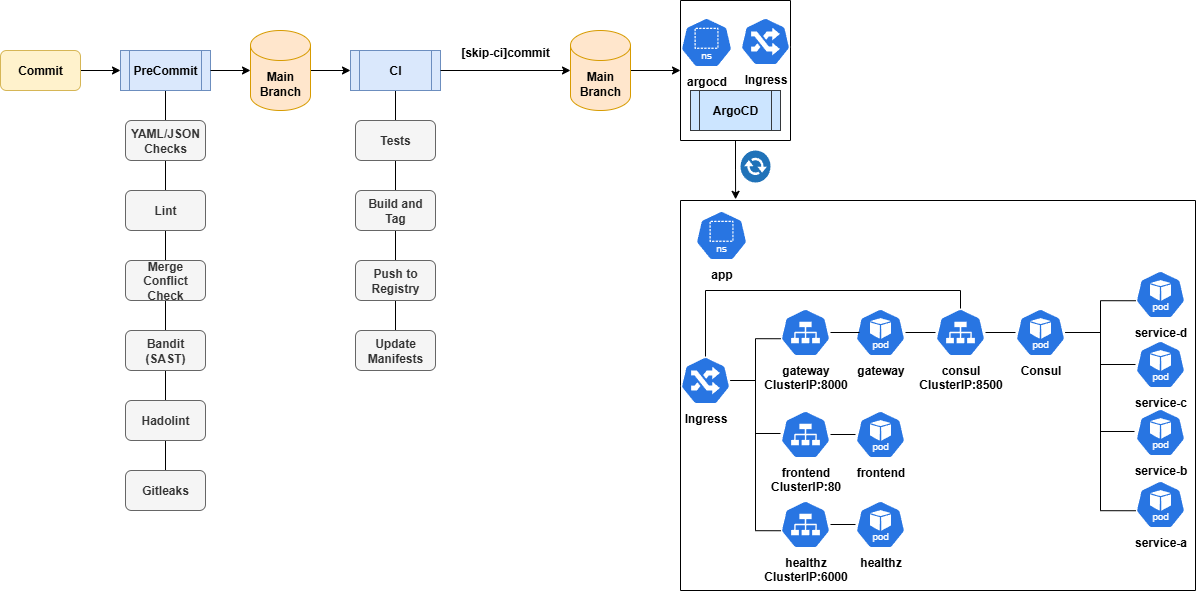
Before: docs/media/servicediscovery.drawio.png, a diagram exported from draw.io (s1natex/Service-Discovery). Source tidied: cells renumbered, new cells last; positions are measured from the earlier drawing's top-left corner, leaving out a move shared by most shapes.
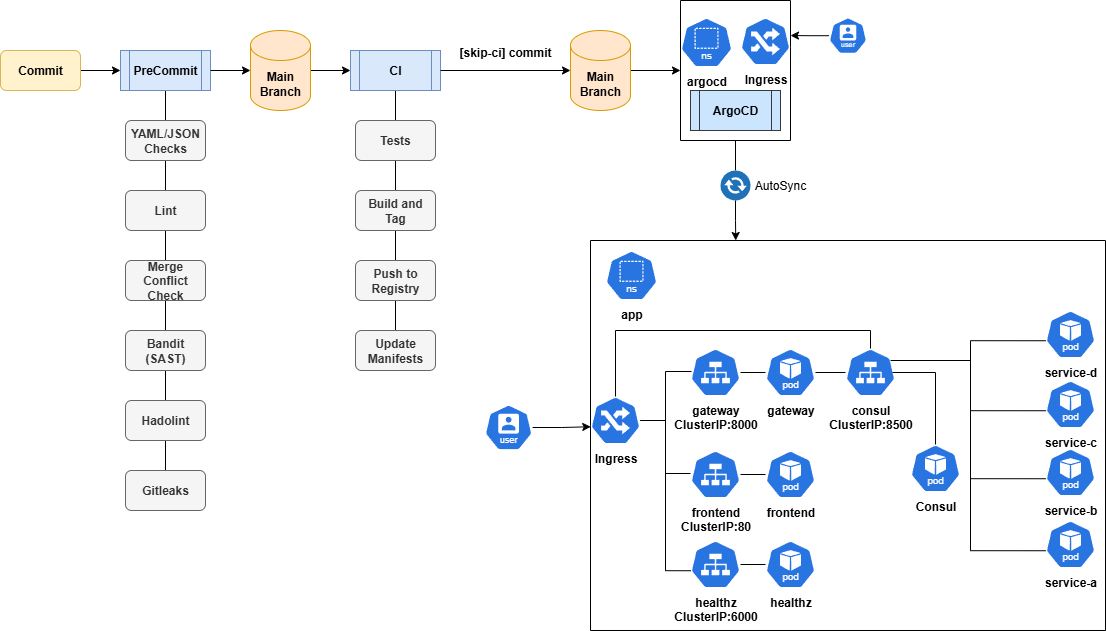
The same file after the commit.

Change to the diagram source:
```diff
@@ -63,7 +63,7 @@
       <mxGeometry x="355" y="330" width="80" height="40" as="geometry" />
     </mxCell>
     <mxCell id="22" style="swimlane;startSize=0;" parent="1" vertex="1">
-      <mxGeometry x="680" y="200" width="515" height="390" as="geometry" />
+      <mxGeometry x="590" y="240" width="515" height="390" as="geometry" />
     </mxCell>
     <mxCell id="23" value="&lt;b&gt;Ingress&lt;/b&gt;" style="sketch=0;html=1;dashed=0;whitespace=wrap;verticalLabelPosition=bottom;verticalAlign=top;fillColor=#2875E2;strokeColor=#ffffff;points=[[0.005,0.63,0],[0.1,0.2,0],[0.9,0.2,0],[0.5,0,0],[0.995,0.63,0],[0.72,0.99,0],[0.5,1,0],[0.28,0.99,0]];shape=mxgraph.kubernetes.icon2;prIcon=ing;" parent="22" vertex="1">
       <mxGeometry y="156" width="50" height="48" as="geometry" />
@@ -80,32 +80,23 @@
     <mxCell id="27" value="&lt;b&gt;frontend&lt;/b&gt;" style="sketch=0;html=1;dashed=0;whitespace=wrap;verticalLabelPosition=bottom;verticalAlign=top;fillColor=#2875E2;strokeColor=#ffffff;points=[[0.005,0.63,0],[0.1,0.2,0],[0.9,0.2,0],[0.5,0,0],[0.995,0.63,0],[0.72,0.99,0],[0.5,1,0],[0.28,0.99,0]];shape=mxgraph.kubernetes.icon2;kubernetesLabel=1;prIcon=pod;" parent="22" vertex="1">
       <mxGeometry x="175" y="210" width="50" height="48" as="geometry" />
     </mxCell>
+    <mxCell id="32" style="edgeStyle=orthogonalEdgeStyle;rounded=0;jettySize=auto;html=1;endArrow=none;endFill=0;" parent="22" edge="1" source="28" target="31">
+      <mxGeometry relative="1" as="geometry" />
+    </mxCell>
     <mxCell id="28" value="&lt;b&gt;gateway&lt;/b&gt;&lt;div&gt;&lt;b&gt;ClusterIP:8000&lt;/b&gt;&lt;/div&gt;" style="sketch=0;html=1;dashed=0;whitespace=wrap;verticalLabelPosition=bottom;verticalAlign=top;fillColor=#2875E2;strokeColor=#ffffff;points=[[0.005,0.63,0],[0.1,0.2,0],[0.9,0.2,0],[0.5,0,0],[0.995,0.63,0],[0.72,0.99,0],[0.5,1,0],[0.28,0.99,0]];shape=mxgraph.kubernetes.icon2;prIcon=svc;" parent="22" vertex="1">
       <mxGeometry x="100" y="108" width="50" height="48" as="geometry" />
     </mxCell>
-    <mxCell id="29" style="edgeStyle=orthogonalEdgeStyle;rounded=0;jettySize=auto;html=1;entryX=0.005;entryY=0.63;entryDx=0;entryDy=0;entryPerimeter=0;endArrow=none;endFill=0;" parent="22" edge="1" source="23" target="28">
-      <mxGeometry relative="1" as="geometry" />
-    </mxCell>
     <mxCell id="30" style="edgeStyle=orthogonalEdgeStyle;rounded=0;jettySize=auto;html=1;endArrow=none;endFill=0;" parent="22" edge="1" source="31" target="34">
       <mxGeometry relative="1" as="geometry" />
     </mxCell>
     <mxCell id="31" value="&lt;b&gt;gateway&lt;/b&gt;" style="sketch=0;html=1;dashed=0;whitespace=wrap;verticalLabelPosition=bottom;verticalAlign=top;fillColor=#2875E2;strokeColor=#ffffff;points=[[0.005,0.63,0],[0.1,0.2,0],[0.9,0.2,0],[0.5,0,0],[0.995,0.63,0],[0.72,0.99,0],[0.5,1,0],[0.28,0.99,0]];shape=mxgraph.kubernetes.icon2;kubernetesLabel=1;prIcon=pod;" parent="22" vertex="1">
       <mxGeometry x="175" y="108" width="50" height="48" as="geometry" />
     </mxCell>
-    <mxCell id="32" style="edgeStyle=orthogonalEdgeStyle;rounded=0;jettySize=auto;html=1;entryX=0.08;entryY=0.5;entryDx=0;entryDy=0;entryPerimeter=0;endArrow=none;endFill=0;" parent="22" edge="1" source="28" target="31">
-      <mxGeometry relative="1" as="geometry" />
-    </mxCell>
-    <mxCell id="33" style="edgeStyle=orthogonalEdgeStyle;rounded=0;jettySize=auto;html=1;endArrow=none;endFill=0;" parent="22" edge="1" source="34" target="36">
-      <mxGeometry relative="1" as="geometry" />
-    </mxCell>
     <mxCell id="34" value="consul&lt;div&gt;ClusterIP:8500&lt;/div&gt;" style="sketch=0;html=1;dashed=0;whitespace=wrap;verticalLabelPosition=bottom;verticalAlign=top;fillColor=#2875E2;strokeColor=#ffffff;points=[[0.005,0.63,0],[0.1,0.2,0],[0.9,0.2,0],[0.5,0,0],[0.995,0.63,0],[0.72,0.99,0],[0.5,1,0],[0.28,0.99,0]];shape=mxgraph.kubernetes.icon2;prIcon=svc;fontStyle=1;" parent="22" vertex="1">
       <mxGeometry x="255" y="108" width="50" height="48" as="geometry" />
     </mxCell>
-    <mxCell id="35" style="edgeStyle=orthogonalEdgeStyle;rounded=0;jettySize=auto;html=1;endArrow=none;endFill=0;" parent="22" edge="1" source="36" target="43">
-      <mxGeometry relative="1" as="geometry" />
-    </mxCell>
     <mxCell id="36" value="&lt;b&gt;Consul&lt;/b&gt;" style="sketch=0;html=1;dashed=0;whitespace=wrap;verticalLabelPosition=bottom;verticalAlign=top;fillColor=#2875E2;strokeColor=#ffffff;points=[[0.005,0.63,0],[0.1,0.2,0],[0.9,0.2,0],[0.5,0,0],[0.995,0.63,0],[0.72,0.99,0],[0.5,1,0],[0.28,0.99,0]];shape=mxgraph.kubernetes.icon2;kubernetesLabel=1;prIcon=pod;" parent="22" vertex="1">
-      <mxGeometry x="335" y="108" width="50" height="48" as="geometry" />
+      <mxGeometry x="320" y="204" width="50" height="48" as="geometry" />
     </mxCell>
     <mxCell id="37" value="&lt;b&gt;healthz&lt;/b&gt;" style="sketch=0;html=1;dashed=0;whitespace=wrap;verticalLabelPosition=bottom;verticalAlign=top;fillColor=#2875E2;strokeColor=#ffffff;points=[[0.005,0.63,0],[0.1,0.2,0],[0.9,0.2,0],[0.5,0,0],[0.995,0.63,0],[0.72,0.99,0],[0.5,1,0],[0.28,0.99,0]];shape=mxgraph.kubernetes.icon2;kubernetesLabel=1;prIcon=pod;" parent="22" vertex="1">
       <mxGeometry x="175" y="300" width="50" height="48" as="geometry" />
@@ -131,15 +122,6 @@
     <mxCell id="44" value="&lt;b&gt;service-d&lt;/b&gt;" style="sketch=0;html=1;dashed=0;whitespace=wrap;verticalLabelPosition=bottom;verticalAlign=top;fillColor=#2875E2;strokeColor=#ffffff;points=[[0.005,0.63,0],[0.1,0.2,0],[0.9,0.2,0],[0.5,0,0],[0.995,0.63,0],[0.72,0.99,0],[0.5,1,0],[0.28,0.99,0]];shape=mxgraph.kubernetes.icon2;kubernetesLabel=1;prIcon=pod;" parent="22" vertex="1">
       <mxGeometry x="455" y="70" width="50" height="48" as="geometry" />
     </mxCell>
-    <mxCell id="45" style="edgeStyle=orthogonalEdgeStyle;rounded=0;jettySize=auto;html=1;entryX=0.005;entryY=0.63;entryDx=0;entryDy=0;entryPerimeter=0;endArrow=none;endFill=0;" parent="22" edge="1" source="36" target="44">
-      <mxGeometry relative="1" as="geometry" />
-    </mxCell>
-    <mxCell id="46" style="edgeStyle=orthogonalEdgeStyle;rounded=0;jettySize=auto;html=1;entryX=-0.02;entryY=0.479;entryDx=0;entryDy=0;entryPerimeter=0;endArrow=none;endFill=0;" parent="22" edge="1" source="36" target="42">
-      <mxGeometry relative="1" as="geometry" />
-    </mxCell>
-    <mxCell id="47" style="edgeStyle=orthogonalEdgeStyle;rounded=0;jettySize=auto;html=1;entryX=0.005;entryY=0.63;entryDx=0;entryDy=0;entryPerimeter=0;endArrow=none;endFill=0;" parent="22" edge="1" source="36" target="41">
-      <mxGeometry relative="1" as="geometry" />
-    </mxCell>
     <mxCell id="48" value="&lt;b&gt;app&lt;/b&gt;" style="sketch=0;html=1;dashed=0;whitespace=wrap;verticalLabelPosition=bottom;verticalAlign=top;fillColor=#2875E2;strokeColor=#ffffff;shape=mxgraph.kubernetes.icon2;kubernetesLabel=1;prIcon=ns;" parent="22" vertex="1">
       <mxGeometry x="15" y="10" width="52.1" height="50" as="geometry" />
     </mxCell>
@@ -151,20 +133,59 @@
         </Array>
       </mxGeometry>
     </mxCell>
+    <mxCell id="59" style="edgeStyle=orthogonalEdgeStyle;rounded=0;jettySize=auto;html=1;entryX=0.005;entryY=0.63;entryDx=0;entryDy=0;entryPerimeter=0;endArrow=none;endFill=0;" parent="22" edge="1" source="34" target="43">
+      <mxGeometry relative="1" as="geometry">
+        <Array as="points">
+          <mxPoint x="380" y="120" />
+          <mxPoint x="380" y="170" />
+        </Array>
+      </mxGeometry>
+    </mxCell>
+    <mxCell id="60" style="edgeStyle=orthogonalEdgeStyle;rounded=0;jettySize=auto;html=1;entryX=0.005;entryY=0.63;entryDx=0;entryDy=0;entryPerimeter=0;endArrow=none;endFill=0;" parent="22" edge="1" source="34" target="44">
+      <mxGeometry relative="1" as="geometry">
+        <Array as="points">
+          <mxPoint x="380" y="120" />
+          <mxPoint x="380" y="100" />
+        </Array>
+      </mxGeometry>
+    </mxCell>
+    <mxCell id="61" style="edgeStyle=orthogonalEdgeStyle;rounded=0;jettySize=auto;html=1;entryX=0.005;entryY=0.63;entryDx=0;entryDy=0;entryPerimeter=0;endArrow=none;endFill=0;" parent="22" edge="1" source="34" target="42">
+      <mxGeometry relative="1" as="geometry">
+        <Array as="points">
+          <mxPoint x="380" y="120" />
+          <mxPoint x="380" y="238" />
+        </Array>
+      </mxGeometry>
+    </mxCell>
+    <mxCell id="62" style="edgeStyle=orthogonalEdgeStyle;rounded=0;jettySize=auto;html=1;entryX=0.005;entryY=0.63;entryDx=0;entryDy=0;entryPerimeter=0;endArrow=none;endFill=0;" parent="22" edge="1" target="41">
+      <mxGeometry relative="1" as="geometry">
+        <mxPoint x="300" y="120" as="sourcePoint" />
+        <Array as="points">
+          <mxPoint x="380" y="120" />
+          <mxPoint x="380" y="310" />
+        </Array>
+      </mxGeometry>
+    </mxCell>
+    <mxCell id="33" style="edgeStyle=orthogonalEdgeStyle;rounded=0;jettySize=auto;html=1;entryX=0.5;entryY=0;entryDx=0;entryDy=0;entryPerimeter=0;endArrow=none;endFill=0;exitX=0.94;exitY=0.5;exitDx=0;exitDy=0;exitPerimeter=0;" parent="22" edge="1" source="34" target="36">
+      <mxGeometry relative="1" as="geometry" />
+    </mxCell>
+    <mxCell id="29" style="edgeStyle=orthogonalEdgeStyle;rounded=0;jettySize=auto;html=1;entryX=0.02;entryY=0.479;entryDx=0;entryDy=0;entryPerimeter=0;endArrow=none;endFill=0;" parent="22" edge="1" source="23" target="28">
+      <mxGeometry relative="1" as="geometry" />
+    </mxCell>
     <mxCell id="50" value="&lt;b&gt;argocd&lt;/b&gt;" style="sketch=0;html=1;dashed=0;whitespace=wrap;verticalLabelPosition=bottom;verticalAlign=top;fillColor=#2875E2;strokeColor=#ffffff;shape=mxgraph.kubernetes.icon2;kubernetesLabel=1;prIcon=ns;" parent="1" vertex="1">
       <mxGeometry x="680" y="17" width="52.1" height="50" as="geometry" />
     </mxCell>
+    <mxCell id="63" style="edgeStyle=orthogonalEdgeStyle;rounded=0;jettySize=auto;html=1;endArrow=none;endFill=0;" parent="1" edge="1" source="51" target="54">
+      <mxGeometry relative="1" as="geometry" />
+    </mxCell>
     <mxCell id="51" style="swimlane;startSize=0;" parent="1" vertex="1">
       <mxGeometry x="680" width="110" height="140" as="geometry" />
     </mxCell>
     <mxCell id="52" value="&lt;b&gt;Ingress&lt;/b&gt;" style="sketch=0;html=1;dashed=0;whitespace=wrap;verticalLabelPosition=bottom;verticalAlign=top;fillColor=#2875E2;strokeColor=#ffffff;shape=mxgraph.kubernetes.icon2;prIcon=ing;" parent="51" vertex="1">
       <mxGeometry x="60" y="17" width="50" height="48" as="geometry" />
     </mxCell>
-    <mxCell id="53" style="edgeStyle=orthogonalEdgeStyle;rounded=0;jettySize=auto;html=1;entryX=0.107;entryY=-0.003;entryDx=0;entryDy=0;entryPerimeter=0;" parent="1" edge="1" source="51" target="22">
-      <mxGeometry relative="1" as="geometry" />
-    </mxCell>
     <mxCell id="54" style="sketch=0;shadow=0;dashed=0;html=1;strokeColor=none;fillColor=#505050;labelPosition=center;verticalLabelPosition=bottom;verticalAlign=top;outlineConnect=0;align=center;shape=mxgraph.office.communications.exchange_active_sync;fillColor=#2072B8;" parent="1" vertex="1">
-      <mxGeometry x="740" y="150" width="30" height="32" as="geometry" />
+      <mxGeometry x="720" y="170" width="30" height="30" as="geometry" />
     </mxCell>
     <mxCell id="55" style="edgeStyle=orthogonalEdgeStyle;rounded=0;jettySize=auto;html=1;entryX=0;entryY=0.5;entryDx=0;entryDy=0;" parent="1" edge="1" source="56" target="51">
       <mxGeometry relative="1" as="geometry" />
@@ -175,8 +196,26 @@
     <mxCell id="57" style="edgeStyle=orthogonalEdgeStyle;rounded=0;jettySize=auto;html=1;entryX=0;entryY=0.5;entryDx=0;entryDy=0;entryPerimeter=0;" parent="1" edge="1" source="5" target="56">
       <mxGeometry relative="1" as="geometry" />
     </mxCell>
-    <mxCell id="58" value="&lt;b&gt;[skip-ci]commit&lt;/b&gt;" style="text;html=1;align=center;verticalAlign=middle;whiteSpace=wrap;rounded=0;" parent="1" vertex="1">
+    <mxCell id="58" value="&lt;b&gt;[skip-ci] commit&lt;/b&gt;" style="text;html=1;align=center;verticalAlign=middle;whiteSpace=wrap;rounded=0;" parent="1" vertex="1">
       <mxGeometry x="450" y="37" width="110" height="30" as="geometry" />
     </mxCell>
+    <mxCell id="64" value="AutoSync" style="text;html=1;align=center;verticalAlign=middle;whiteSpace=wrap;rounded=0;" parent="1" vertex="1">
+      <mxGeometry x="750" y="170" width="60" height="30" as="geometry" />
+    </mxCell>
+    <mxCell id="65" style="sketch=0;html=1;dashed=0;whitespace=wrap;verticalLabelPosition=bottom;verticalAlign=top;fillColor=#2875E2;strokeColor=#ffffff;points=[[0.005,0.63,0],[0.1,0.2,0],[0.9,0.2,0],[0.5,0,0],[0.995,0.63,0],[0.72,0.99,0],[0.5,1,0],[0.28,0.99,0]];shape=mxgraph.kubernetes.icon2;kubernetesLabel=1;prIcon=user;" parent="1" vertex="1">
+      <mxGeometry x="484.2" y="404" width="47.9" height="46" as="geometry" />
+    </mxCell>
+    <mxCell id="66" style="edgeStyle=orthogonalEdgeStyle;rounded=0;jettySize=auto;html=1;entryX=0.282;entryY=0;entryDx=0;entryDy=0;entryPerimeter=0;" parent="1" edge="1" source="54" target="22">
+      <mxGeometry relative="1" as="geometry" />
+    </mxCell>
+    <mxCell id="67" style="edgeStyle=orthogonalEdgeStyle;rounded=0;jettySize=auto;html=1;entryX=0.005;entryY=0.63;entryDx=0;entryDy=0;entryPerimeter=0;" parent="1" edge="1" source="65" target="23">
+      <mxGeometry relative="1" as="geometry" />
+    </mxCell>
+    <mxCell id="68" style="edgeStyle=orthogonalEdgeStyle;rounded=0;jettySize=auto;html=1;entryX=1;entryY=0.25;entryDx=0;entryDy=0;" parent="1" edge="1" source="69" target="51">
+      <mxGeometry relative="1" as="geometry" />
+    </mxCell>
+    <mxCell id="69" style="sketch=0;html=1;dashed=0;whitespace=wrap;verticalLabelPosition=bottom;verticalAlign=top;fillColor=#2875E2;strokeColor=#ffffff;points=[[0.005,0.63,0],[0.1,0.2,0],[0.9,0.2,0],[0.5,0,0],[0.995,0.63,0],[0.72,0.99,0],[0.5,1,0],[0.28,0.99,0]];shape=mxgraph.kubernetes.icon2;kubernetesLabel=1;prIcon=user;" parent="1" vertex="1">
+      <mxGeometry x="828.5" y="17" width="37.9" height="36.4" as="geometry" />
+    </mxCell>
   </root>
 </mxGraphModel>
```
